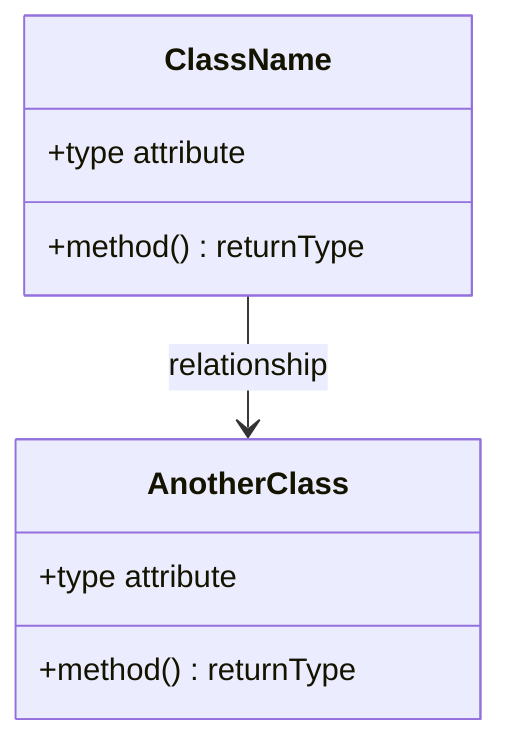
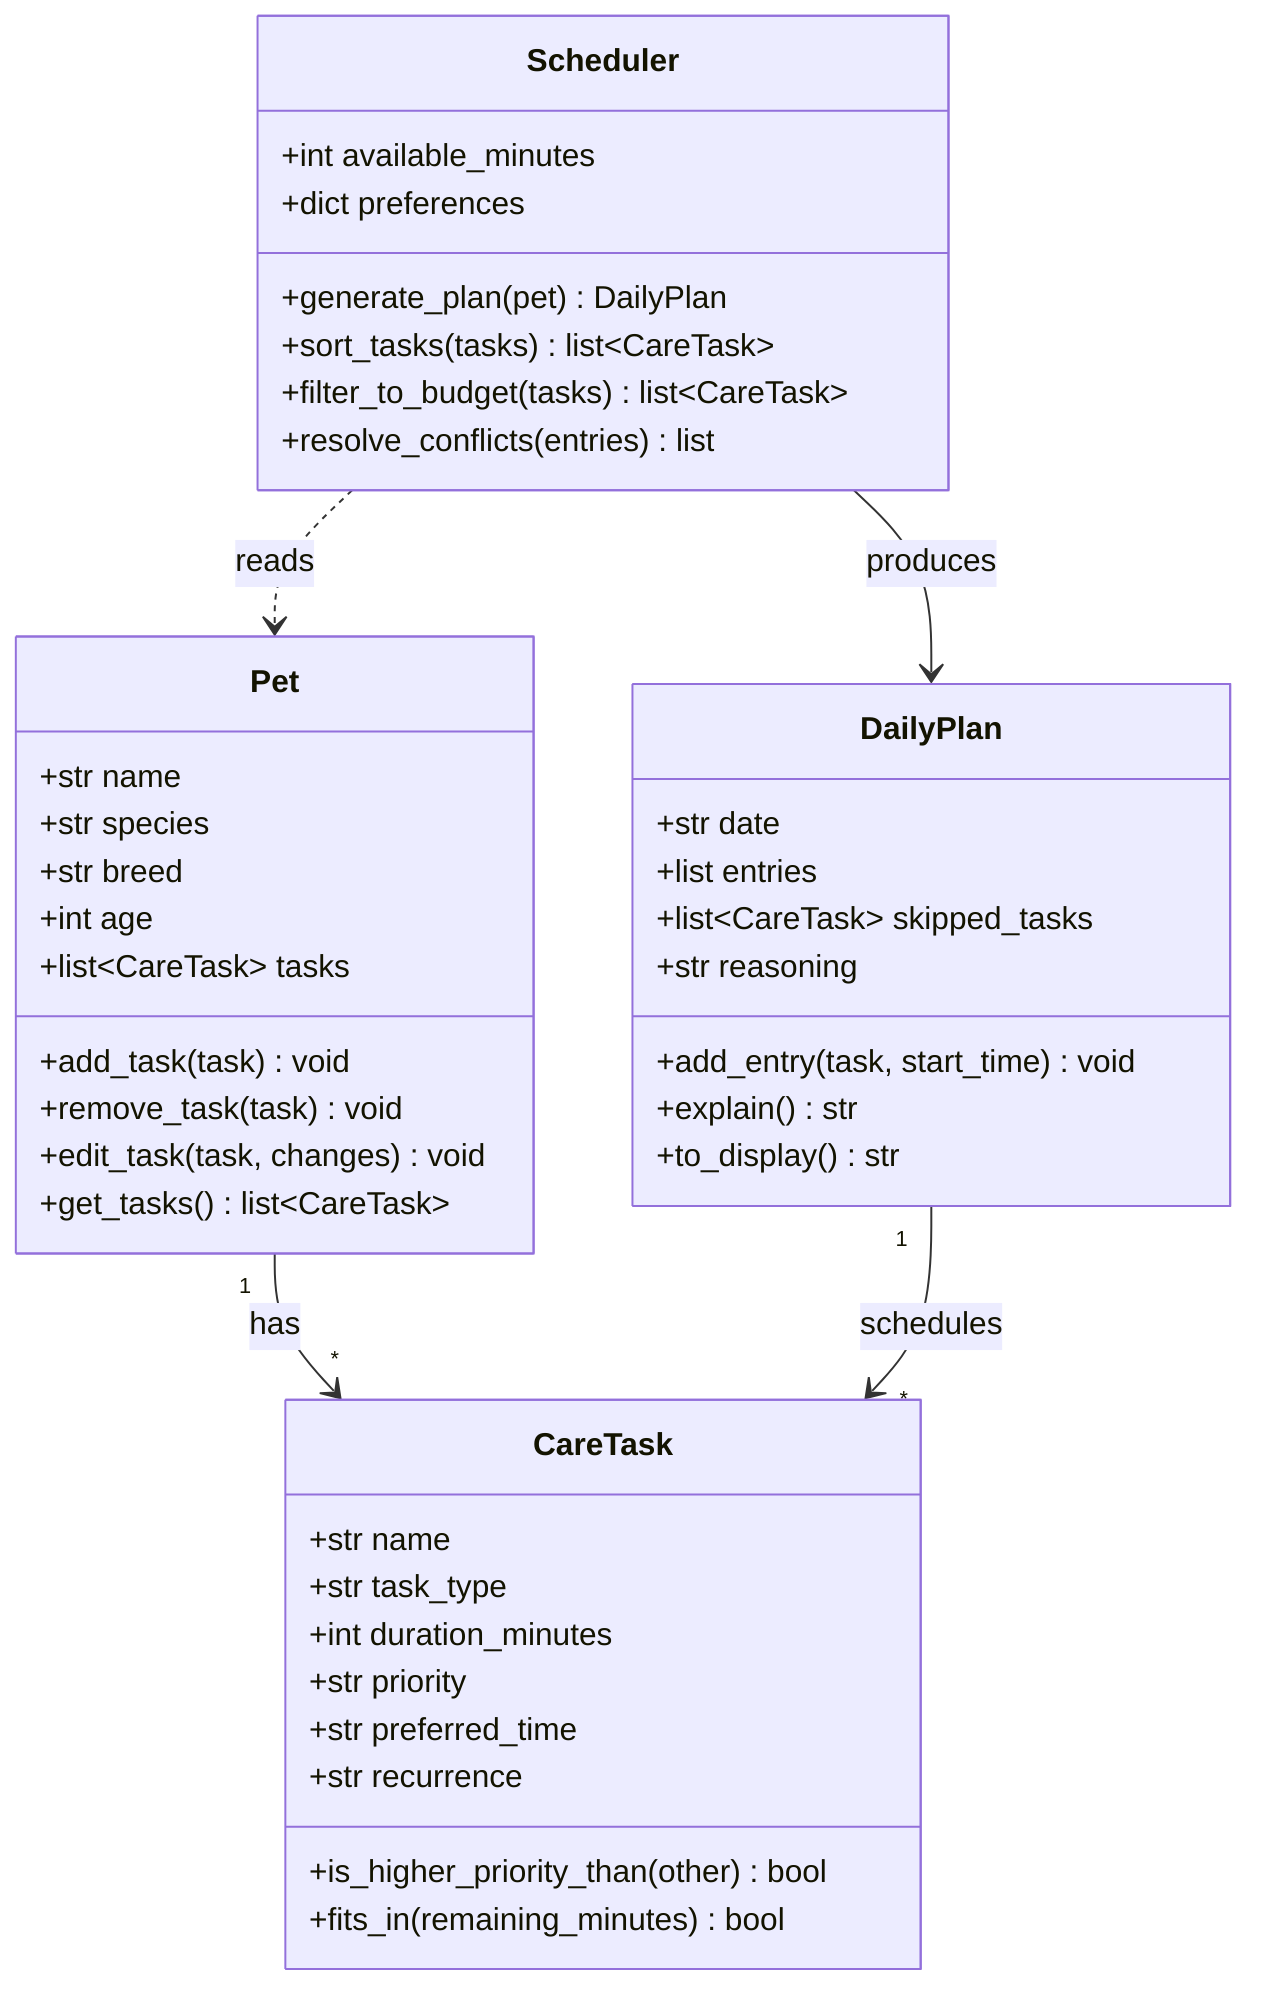
classDiagram
-     %% Replace the placeholders below with your actual classes, attributes, methods, and relationships.
-     %% Keep this file updated so it matches your final implementation.
+     %% PawPal+ class design
+     %% Pet owns many CareTasks. Scheduler reads a Pet's tasks and produces a DailyPlan.

-     class ClassName {
-         +type attribute
-         +method() returnType
+     class Pet {
+         +str name
+         +str species
+         +str breed
+         +int age
+         +list~CareTask~ tasks
+         +add_task(task) void
+         +remove_task(task) void
+         +edit_task(task, changes) void
+         +get_tasks() list~CareTask~
    }

-     class AnotherClass {
-         +type attribute
-         +method() returnType
+     class CareTask {
+         +str name
+         +str task_type
+         +int duration_minutes
+         +str priority
+         +str preferred_time
+         +str recurrence
+         +is_higher_priority_than(other) bool
+         +fits_in(remaining_minutes) bool
    }

-     ClassName --> AnotherClass : relationship
+     class Scheduler {
+         +int available_minutes
+         +dict preferences
+         +generate_plan(pet) DailyPlan
+         +sort_tasks(tasks) list~CareTask~
+         +filter_to_budget(tasks) list~CareTask~
+         +resolve_conflicts(entries) list
+     }
+ 
+     class DailyPlan {
+         +str date
+         +list entries
+         +list~CareTask~ skipped_tasks
+         +str reasoning
+         +add_entry(task, start_time) void
+         +explain() str
+         +to_display() str
+     }
+ 
+     Pet "1" --> "*" CareTask : has
+     Scheduler ..> Pet : reads
+     Scheduler --> DailyPlan : produces
+     DailyPlan "1" --> "*" CareTask : schedules
